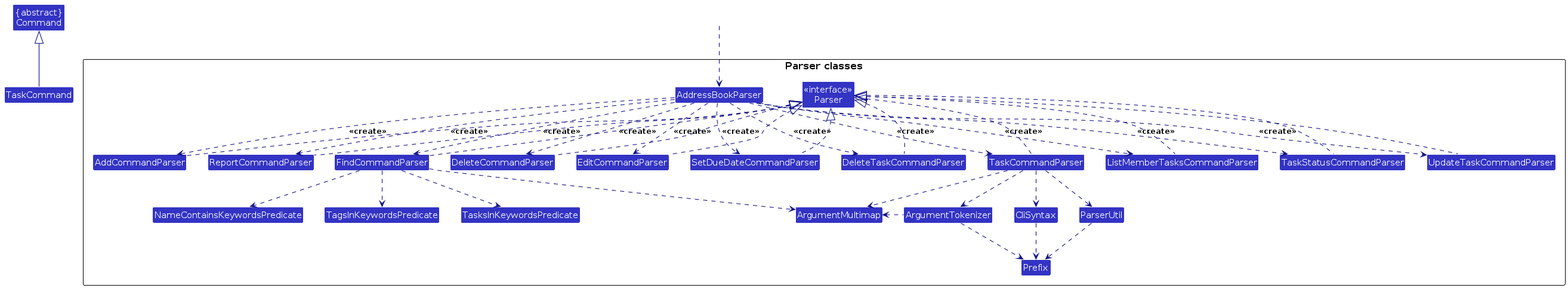
The PlantUML diagram diagrams/ParserClasses.png in bkkuan/tp, before a commit. Its source is kept beside it as diagrams/ParserClasses.puml.
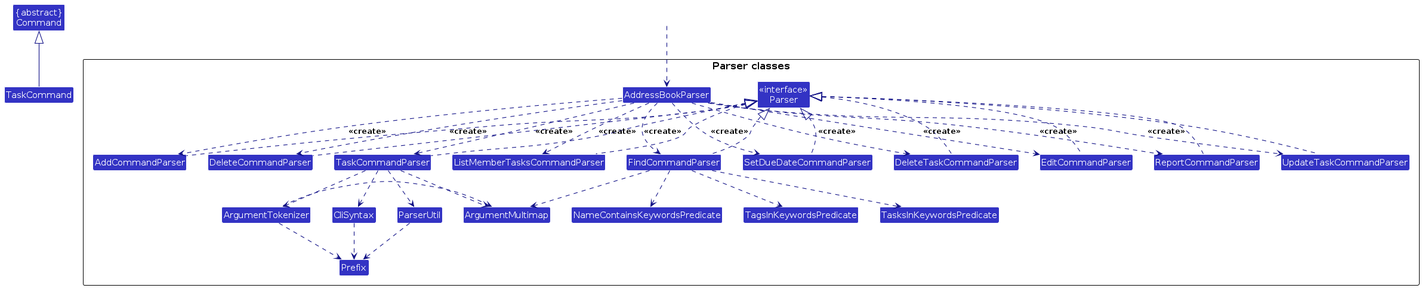
The same file after the commit.

What changed in the source:
```diff
@@ -21,7 +21,6 @@
   Class ReportCommandParser
   Class SetDueDateCommandParser
   Class TaskCommandParser
-  Class TaskStatusCommandParser
   Class UpdateTaskCommandParser
 
   Class CliSyntax
@@ -44,7 +43,6 @@
 ReportCommandParser .up.|> Parser
 SetDueDateCommandParser .up.|> Parser
 TaskCommandParser .up.|> Parser
-TaskStatusCommandParser .up.|> Parser
 UpdateTaskCommandParser .up.|> Parser
 
 AddressBookParser .down.> AddCommandParser : <<create>>
@@ -56,7 +54,6 @@
 AddressBookParser .down.> ReportCommandParser : <<create>>
 AddressBookParser .down.> SetDueDateCommandParser : <<create>>
 AddressBookParser .down.> TaskCommandParser : <<create>>
-AddressBookParser .down.> TaskStatusCommandParser : <<create>>
 AddressBookParser .down.> UpdateTaskCommandParser : <<create>>
 
 FindCommandParser ..> NameContainsKeywordsPredicate
```
